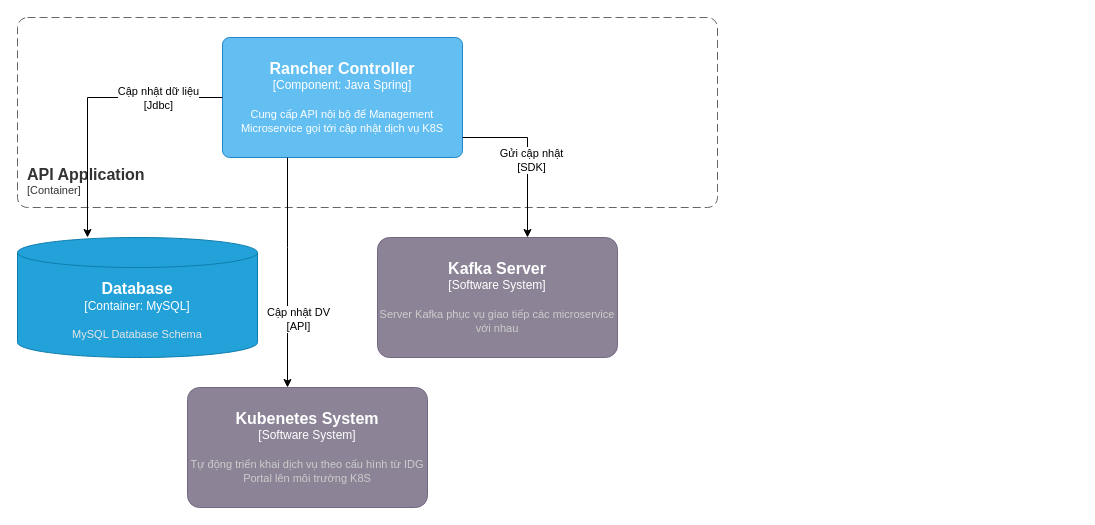
dangngocsoncntt/draw.io keeps this draw.io diagram as Idg-Portal lv3 api rancher.drawio. Above is the earlier version. Source tidied: cells renumbered, new cells numbered last; positions are measured from the earlier drawing's top-left corner, leaving out a move shared by most shapes. Both pictures are drawn from the tidied source at 100%, with x=0, y=0 at pixel (17, 17).
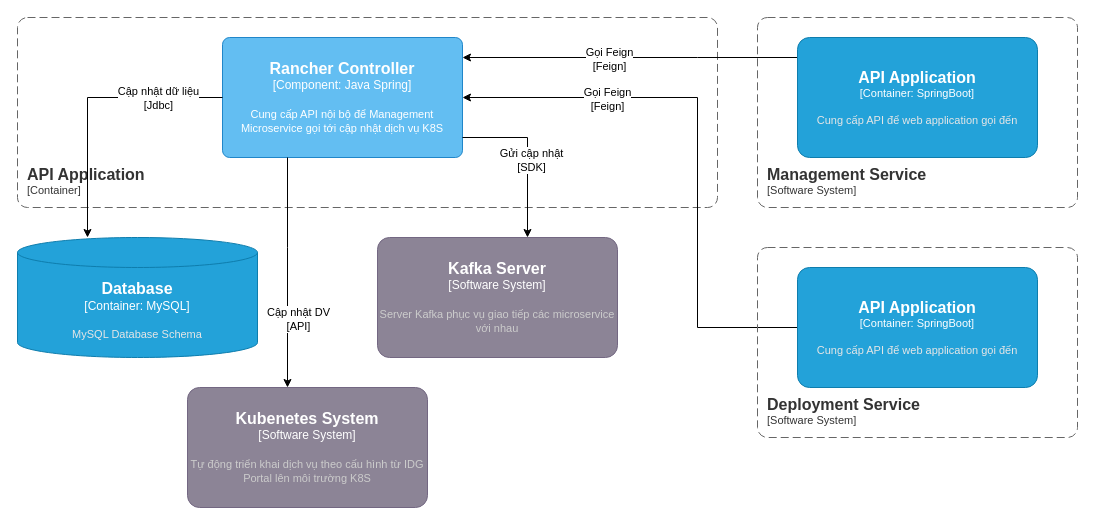
The same diagram, later.

Unchanged cells that the change refers to:
```xml
<object id="3" label="&lt;font style=&quot;font-size: 16px&quot;&gt;&lt;b&gt;%c4Name%&lt;/b&gt;&lt;/font&gt;&lt;div&gt;[%c4Type%: %c4Technology%]&lt;/div&gt;&lt;br&gt;&lt;div&gt;&lt;font style=&quot;font-size: 11px&quot;&gt;%c4Description%&lt;/font&gt;&lt;/div&gt;" c4Description="Cung cấp API nội bộ để Management Microservice gọi tới cập nhật dịch vụ K8S" c4Name="Rancher Controller" c4Technology="Java Spring" c4Type="Component" placeholders="1">
  <mxCell style="rounded=1;whiteSpace=wrap;html=1;labelBackgroundColor=none;fillColor=#63BEF2;fontColor=#ffffff;align=center;arcSize=6;strokeColor=#2086C9;points=[[0.25,0,0],[0.5,0,0],[0.75,0,0],[1,0.25,0],[1,0.5,0],[1,0.75,0],[0.75,1,0],[0.5,1,0],[0.25,1,0],[0,0.75,0],[0,0.5,0],[0,0.25,0]];" parent="1" vertex="1">
    <mxGeometry x="205" y="20" width="240" height="120" as="geometry" />
  </mxCell>
</object>
```

Diff of the diagram source:
```diff
@@
+    <mxCell id="13" style="edgeStyle=orthogonalEdgeStyle;rounded=0;jettySize=auto;html=1;" parent="1" edge="1" source="15" target="3">
+      <mxGeometry relative="1" as="geometry">
+        <Array as="points">
+          <mxPoint x="680" y="40" />
+          <mxPoint x="680" y="40" />
+        </Array>
+      </mxGeometry>
+    </mxCell>
+    <mxCell id="14" value="Gọi Feign&lt;br&gt;[Feign]" style="edgeLabel;html=1;align=center;verticalAlign=middle;" parent="13" vertex="1">
+      <mxGeometry x="0.13" y="1" relative="1" as="geometry" />
+    </mxCell>
+    <object id="15" label="&lt;font style=&quot;font-size: 16px&quot;&gt;&lt;b&gt;%c4Name%&lt;/b&gt;&lt;/font&gt;&lt;div&gt;[%c4Type%: %c4Technology%]&lt;/div&gt;&lt;br&gt;&lt;div&gt;&lt;font style=&quot;font-size: 11px&quot;&gt;&lt;font color=&quot;#E6E6E6&quot;&gt;%c4Description%&lt;/font&gt;&lt;/div&gt;" c4Description="Cung cấp API để web application gọi đến " c4Name="API Application" c4Technology="SpringBoot" c4Type="Container" placeholders="1">
+      <mxCell style="rounded=1;whiteSpace=wrap;html=1;fontSize=11;labelBackgroundColor=none;fillColor=#23A2D9;fontColor=#ffffff;align=center;arcSize=10;strokeColor=#0E7DAD;points=[[0.25,0,0],[0.5,0,0],[0.75,0,0],[1,0.25,0],[1,0.5,0],[1,0.75,0],[0.75,1,0],[0.5,1,0],[0.25,1,0],[0,0.75,0],[0,0.5,0],[0,0.25,0]];" parent="1" vertex="1">
+        <mxGeometry x="780" y="20" width="240" height="120" as="geometry" />
+      </mxCell>
+    </object>
+    <object id="16" label="&lt;font style=&quot;font-size: 16px&quot;&gt;&lt;b&gt;&lt;div style=&quot;text-align: left&quot;&gt;%c4Name%&lt;/div&gt;&lt;/b&gt;&lt;/font&gt;&lt;div style=&quot;text-align: left&quot;&gt;[%c4Application%]&lt;/div&gt;" c4Application="Software System" c4Name="Management Service" placeholders="1">
+      <mxCell style="rounded=1;fontSize=11;whiteSpace=wrap;html=1;dashed=1;arcSize=20;fillColor=none;strokeColor=#666666;fontColor=#333333;labelBackgroundColor=none;align=left;verticalAlign=bottom;labelBorderColor=none;spacingTop=0;spacing=10;dashPattern=8 4;perimeter=rectanglePerimeter;noLabel=0;labelPadding=0;absoluteArcSize=1;" parent="1" vertex="1">
+        <mxGeometry x="740" width="320" height="190" as="geometry" />
+      </mxCell>
+    </object>
+    <mxCell id="17" style="edgeStyle=orthogonalEdgeStyle;rounded=0;jettySize=auto;html=1;" parent="1" edge="1" source="19" target="3">
+      <mxGeometry relative="1" as="geometry">
+        <Array as="points">
+          <mxPoint x="680" y="310" />
+          <mxPoint x="680" y="80" />
+        </Array>
+      </mxGeometry>
+    </mxCell>
+    <mxCell id="18" value="Gọi Feign&lt;br style=&quot;border-color: var(--border-color);&quot;&gt;[Feign]" style="edgeLabel;html=1;align=center;verticalAlign=middle;" parent="17" vertex="1">
+      <mxGeometry x="0.49" y="1" relative="1" as="geometry" />
+    </mxCell>
+    <object id="19" label="&lt;font style=&quot;font-size: 16px&quot;&gt;&lt;b&gt;%c4Name%&lt;/b&gt;&lt;/font&gt;&lt;div&gt;[%c4Type%: %c4Technology%]&lt;/div&gt;&lt;br&gt;&lt;div&gt;&lt;font style=&quot;font-size: 11px&quot;&gt;&lt;font color=&quot;#E6E6E6&quot;&gt;%c4Description%&lt;/font&gt;&lt;/div&gt;" c4Description="Cung cấp API để web application gọi đến " c4Name="API Application" c4Technology="SpringBoot" c4Type="Container" placeholders="1">
+      <mxCell style="rounded=1;whiteSpace=wrap;html=1;fontSize=11;labelBackgroundColor=none;fillColor=#23A2D9;fontColor=#ffffff;align=center;arcSize=10;strokeColor=#0E7DAD;points=[[0.25,0,0],[0.5,0,0],[0.75,0,0],[1,0.25,0],[1,0.5,0],[1,0.75,0],[0.75,1,0],[0.5,1,0],[0.25,1,0],[0,0.75,0],[0,0.5,0],[0,0.25,0]];" parent="1" vertex="1">
+        <mxGeometry x="780" y="250" width="240" height="120" as="geometry" />
+      </mxCell>
+    </object>
+    <object id="20" label="&lt;font style=&quot;font-size: 16px&quot;&gt;&lt;b&gt;&lt;div style=&quot;text-align: left&quot;&gt;%c4Name%&lt;/div&gt;&lt;/b&gt;&lt;/font&gt;&lt;div style=&quot;text-align: left&quot;&gt;[%c4Application%]&lt;/div&gt;" c4Application="Software System" c4Name="Deployment Service" placeholders="1">
+      <mxCell style="rounded=1;fontSize=11;whiteSpace=wrap;html=1;dashed=1;arcSize=20;fillColor=none;strokeColor=#666666;fontColor=#333333;labelBackgroundColor=none;align=left;verticalAlign=bottom;labelBorderColor=none;spacingTop=0;spacing=10;dashPattern=8 4;perimeter=rectanglePerimeter;noLabel=0;labelPadding=0;absoluteArcSize=1;" parent="1" vertex="1">
+        <mxGeometry x="740" y="230" width="320" height="190" as="geometry" />
+      </mxCell>
+    </object>
```
